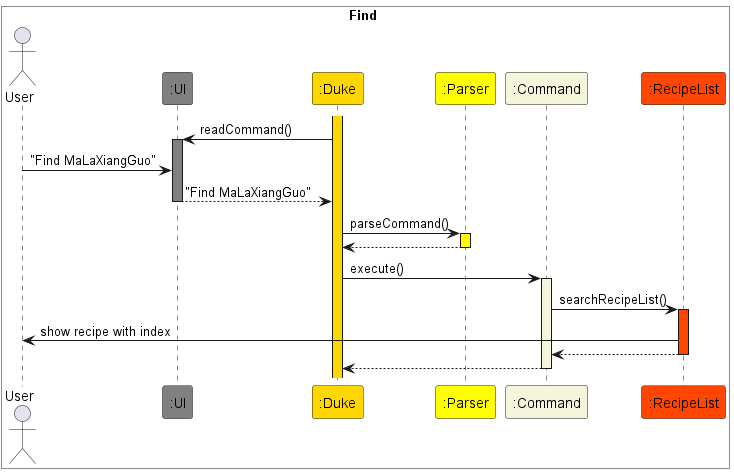
Before: docs/PlantUML/FindRecipe.png, a diagram exported from PlantUML (nus-cs2113-AY2223S2/tp). Its diagram source:
```plantuml
@startuml Recipe Find
box Find #White
Actor User
participant ":UI" as UI #Gray
participant ":Duke" as Duke #Gold
participant ":Parser" as Parser #Yellow
participant ":Command" as Command #Beige
participant ":RecipeList" as RecipeList #OrangeRed
end box

activate Duke #Gold
Duke -> UI : readCommand()
activate UI #Gray
User -> UI : "Find MaLaXiangGuo"
UI --> Duke : "Find MaLaXiangGuo"
deactivate UI
Duke -> Parser : parseCommand()
activate Parser #Yellow
Parser --> Duke
deactivate Parser
Duke -> Command : execute()
activate Command #Beige
Command -> RecipeList : searchRecipeList()
activate RecipeList #OrangeRed
RecipeList -> User : show recipe with index
RecipeList --> Command
deactivate RecipeList
Command --> Duke
deactivate Command


@enduml
```
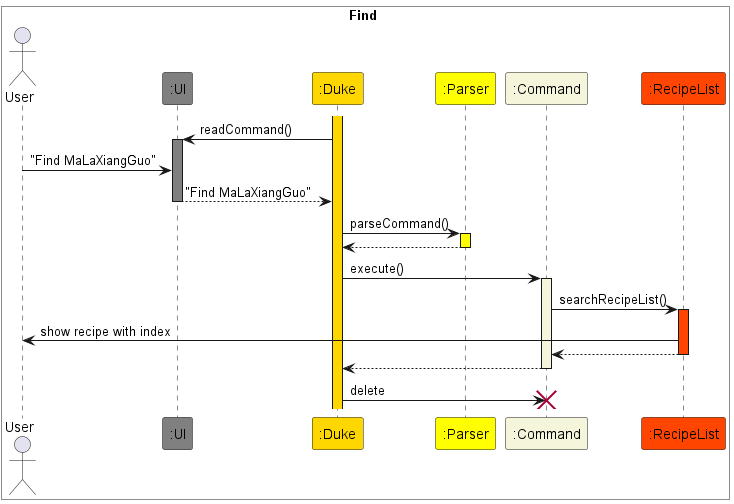
The same file after the commit.

What changed in the source:
```diff
@@ -27,6 +27,8 @@
 deactivate RecipeList
 Command --> Duke
 deactivate Command
+Duke -> Command : delete
+destroy Command
 
 
 @enduml
```
